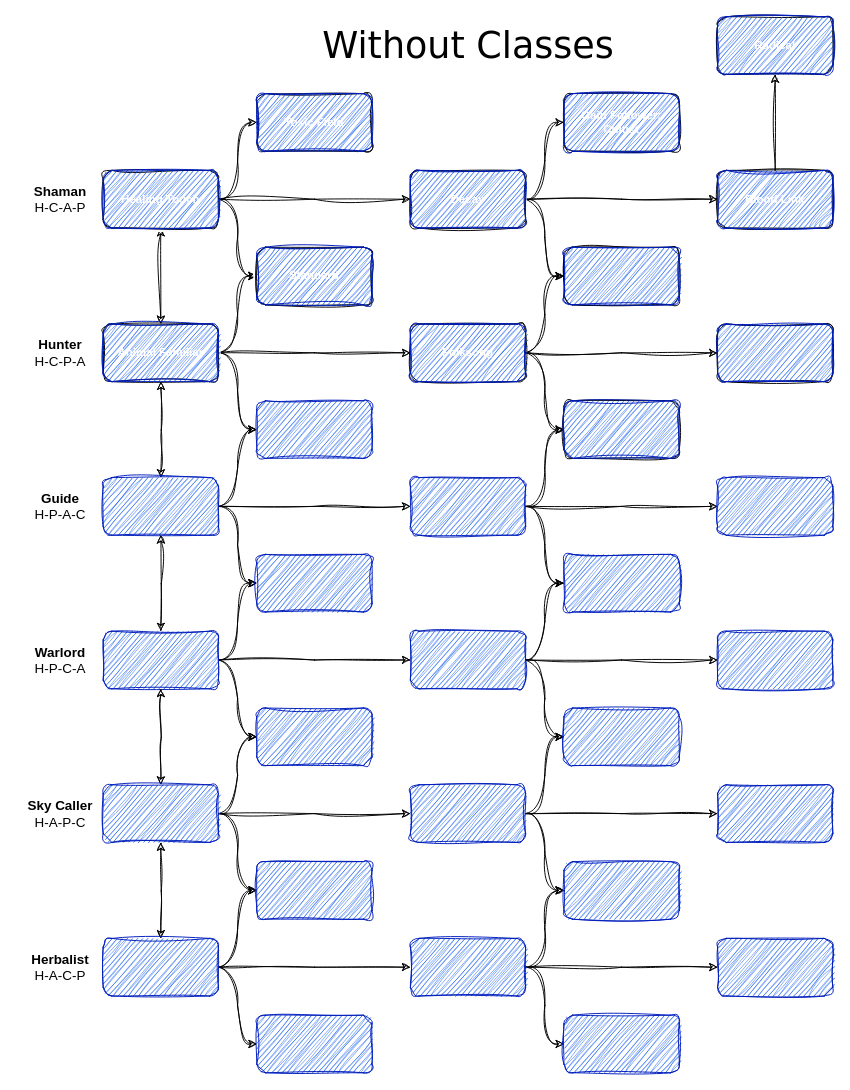
njs992/nialls_adventure_game keeps this draw.io diagram as handbook/class_trees/without_classes_diagram.drawio. Above is the earlier version. Source tidied: cells renumbered, new cells numbered last; positions are measured from the earlier drawing's top-left corner, leaving out a move shared by most shapes. Both pictures are drawn from the tidied source at 96%, with x=0, y=0 at pixel (16, 16).
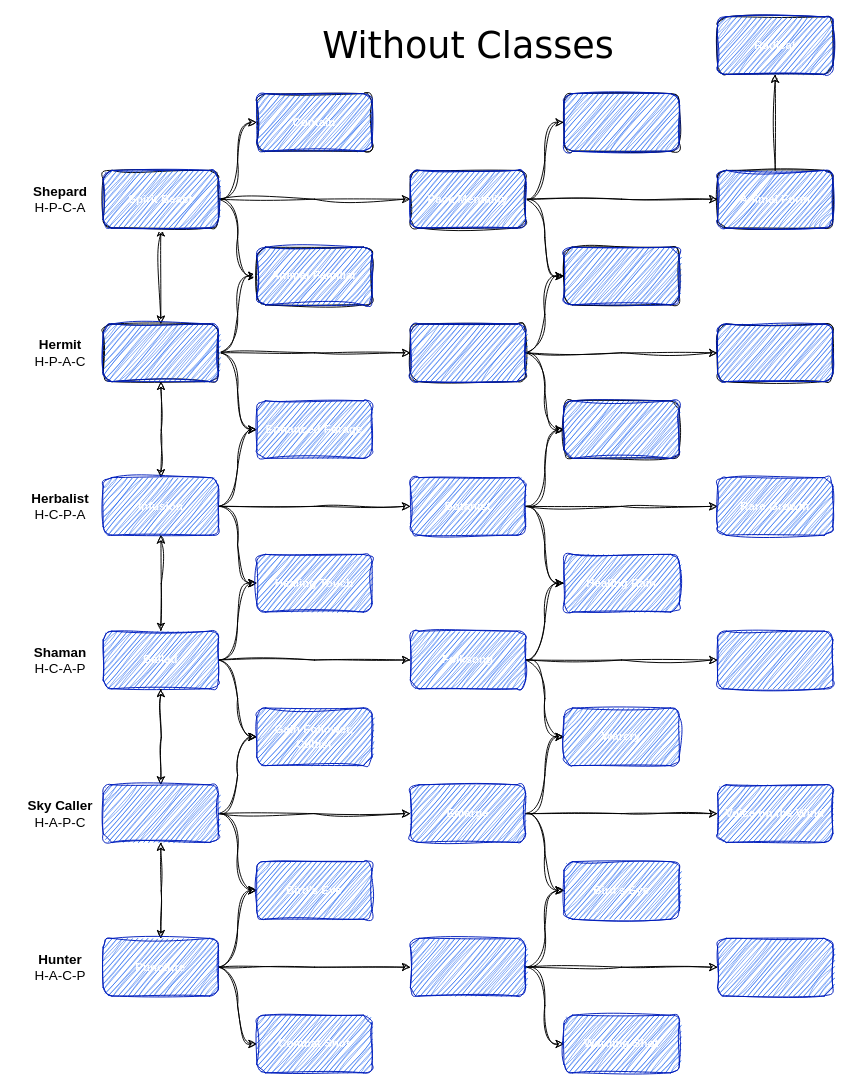
After the change.

Change to the diagram source:
```diff
@@
-    <mxCell id="18" style="rounded=1;whiteSpace=wrap;html=1;labelBackgroundColor=none;fillColor=#0050ef;strokeColor=#001DBC;fontColor=#ffffff;sketch=1;curveFitting=1;jiggle=2;fontStyle=1;" parent="1" vertex="1">
+    <mxCell id="18" value="Infusion" style="rounded=1;whiteSpace=wrap;html=1;labelBackgroundColor=none;fillColor=#0050ef;strokeColor=#001DBC;fontColor=#ffffff;sketch=1;curveFitting=1;jiggle=2;fontStyle=1;" parent="1" vertex="1">
       <mxGeometry x="90" y="480" width="120" height="60" as="geometry" />
     </mxCell>
-    <mxCell id="19" style="rounded=1;whiteSpace=wrap;html=1;labelBackgroundColor=none;fillColor=#0050ef;strokeColor=#001DBC;fontColor=#ffffff;sketch=1;curveFitting=1;jiggle=2;fontStyle=1;" parent="1" vertex="1">
+    <mxCell id="19" value="Enhanced Forage" style="rounded=1;whiteSpace=wrap;html=1;labelBackgroundColor=none;fillColor=#0050ef;strokeColor=#001DBC;fontColor=#ffffff;sketch=1;curveFitting=1;jiggle=2;fontStyle=1;" parent="1" vertex="1">
       <mxGeometry x="250" y="400" width="120" height="60" as="geometry" />
     </mxCell>
@@
-    <mxCell id="24" style="rounded=1;whiteSpace=wrap;html=1;labelBackgroundColor=none;fillColor=#0050ef;strokeColor=#001DBC;fontColor=#ffffff;sketch=1;curveFitting=1;jiggle=2;fontStyle=1;" parent="1" vertex="1">
+    <mxCell id="24" value="Ballad" style="rounded=1;whiteSpace=wrap;html=1;labelBackgroundColor=none;fillColor=#0050ef;strokeColor=#001DBC;fontColor=#ffffff;sketch=1;curveFitting=1;jiggle=2;fontStyle=1;" parent="1" vertex="1">
       <mxGeometry x="90" y="640" width="120" height="60" as="geometry" />
     </mxCell>
-    <mxCell id="25" style="rounded=1;whiteSpace=wrap;html=1;labelBackgroundColor=none;fillColor=#0050ef;strokeColor=#001DBC;fontColor=#ffffff;sketch=1;curveFitting=1;jiggle=2;fontStyle=1;" parent="1" vertex="1">
+    <mxCell id="25" value="Healing Touch" style="rounded=1;whiteSpace=wrap;html=1;labelBackgroundColor=none;fillColor=#0050ef;strokeColor=#001DBC;fontColor=#ffffff;sketch=1;curveFitting=1;jiggle=2;fontStyle=1;" parent="1" vertex="1">
       <mxGeometry x="250" y="560" width="120" height="60" as="geometry" />
     </mxCell>
@@
-    <mxCell id="31" style="rounded=1;whiteSpace=wrap;html=1;labelBackgroundColor=none;fillColor=#0050ef;strokeColor=#001DBC;fontColor=#ffffff;sketch=1;curveFitting=1;jiggle=2;fontStyle=1;" parent="1" vertex="1">
+    <mxCell id="31" value="Gain Follower,&lt;div&gt;Cultist&lt;/div&gt;" style="rounded=1;whiteSpace=wrap;html=1;labelBackgroundColor=none;fillColor=#0050ef;strokeColor=#001DBC;fontColor=#ffffff;sketch=1;curveFitting=1;jiggle=2;fontStyle=1;" parent="1" vertex="1">
       <mxGeometry x="250" y="720" width="120" height="60" as="geometry" />
     </mxCell>
@@
-    <mxCell id="36" style="rounded=1;whiteSpace=wrap;html=1;labelBackgroundColor=none;fillColor=#0050ef;strokeColor=#001DBC;fontColor=#ffffff;sketch=1;curveFitting=1;jiggle=2;fontStyle=1;" parent="1" vertex="1">
+    <mxCell id="36" value="Puncture" style="rounded=1;whiteSpace=wrap;html=1;labelBackgroundColor=none;fillColor=#0050ef;strokeColor=#001DBC;fontColor=#ffffff;sketch=1;curveFitting=1;jiggle=2;fontStyle=1;" parent="1" vertex="1">
       <mxGeometry x="90" y="960" width="120" height="60" as="geometry" />
     </mxCell>
-    <mxCell id="37" style="rounded=1;whiteSpace=wrap;html=1;labelBackgroundColor=none;fillColor=#0050ef;strokeColor=#001DBC;fontColor=#ffffff;sketch=1;curveFitting=1;jiggle=2;fontStyle=1;" parent="1" vertex="1">
+    <mxCell id="37" value="Bird's Eye" style="rounded=1;whiteSpace=wrap;html=1;labelBackgroundColor=none;fillColor=#0050ef;strokeColor=#001DBC;fontColor=#ffffff;sketch=1;curveFitting=1;jiggle=2;fontStyle=1;" parent="1" vertex="1">
       <mxGeometry x="250" y="880" width="120" height="60" as="geometry" />
     </mxCell>
-    <mxCell id="38" style="rounded=1;whiteSpace=wrap;html=1;labelBackgroundColor=none;fillColor=#0050ef;strokeColor=#001DBC;fontColor=#ffffff;sketch=1;curveFitting=1;jiggle=2;fontStyle=1;" parent="1" vertex="1">
+    <mxCell id="38" value="Combat Shot" style="rounded=1;whiteSpace=wrap;html=1;labelBackgroundColor=none;fillColor=#0050ef;strokeColor=#001DBC;fontColor=#ffffff;sketch=1;curveFitting=1;jiggle=2;fontStyle=1;" parent="1" vertex="1">
       <mxGeometry x="250" y="1040" width="120" height="60" as="geometry" />
     </mxCell>
@@
-    <mxCell id="52" style="rounded=1;whiteSpace=wrap;html=1;labelBackgroundColor=none;fillColor=#0050ef;strokeColor=#001DBC;fontColor=#ffffff;sketch=1;curveFitting=1;jiggle=2;fontStyle=1;" parent="1" vertex="1">
+    <mxCell id="52" value="Botanist" style="rounded=1;whiteSpace=wrap;html=1;labelBackgroundColor=none;fillColor=#0050ef;strokeColor=#001DBC;fontColor=#ffffff;sketch=1;curveFitting=1;jiggle=2;fontStyle=1;" parent="1" vertex="1">
       <mxGeometry x="410" y="480" width="120" height="60" as="geometry" />
     </mxCell>
@@
-    <mxCell id="57" style="rounded=1;whiteSpace=wrap;html=1;labelBackgroundColor=none;fillColor=#0050ef;strokeColor=#001DBC;fontColor=#ffffff;sketch=1;curveFitting=1;jiggle=2;fontStyle=1;" parent="1" vertex="1">
+    <mxCell id="57" value="Folksong" style="rounded=1;whiteSpace=wrap;html=1;labelBackgroundColor=none;fillColor=#0050ef;strokeColor=#001DBC;fontColor=#ffffff;sketch=1;curveFitting=1;jiggle=2;fontStyle=1;" parent="1" vertex="1">
       <mxGeometry x="410" y="640" width="120" height="60" as="geometry" />
     </mxCell>
-    <mxCell id="58" style="rounded=1;whiteSpace=wrap;html=1;labelBackgroundColor=none;fillColor=#0050ef;strokeColor=#001DBC;fontColor=#ffffff;sketch=1;curveFitting=1;jiggle=2;fontStyle=1;" parent="1" vertex="1">
+    <mxCell id="58" value="Healing Rain" style="rounded=1;whiteSpace=wrap;html=1;labelBackgroundColor=none;fillColor=#0050ef;strokeColor=#001DBC;fontColor=#ffffff;sketch=1;curveFitting=1;jiggle=2;fontStyle=1;" parent="1" vertex="1">
       <mxGeometry x="570" y="560" width="120" height="60" as="geometry" />
     </mxCell>
@@
-    <mxCell id="62" style="rounded=1;whiteSpace=wrap;html=1;labelBackgroundColor=none;fillColor=#0050ef;strokeColor=#001DBC;fontColor=#ffffff;sketch=1;curveFitting=1;jiggle=2;fontStyle=1;" parent="1" vertex="1">
+    <mxCell id="62" value="Enlarge" style="rounded=1;whiteSpace=wrap;html=1;labelBackgroundColor=none;fillColor=#0050ef;strokeColor=#001DBC;fontColor=#ffffff;sketch=1;curveFitting=1;jiggle=2;fontStyle=1;" parent="1" vertex="1">
       <mxGeometry x="410" y="800" width="120" height="60" as="geometry" />
     </mxCell>
-    <mxCell id="63" style="rounded=1;whiteSpace=wrap;html=1;labelBackgroundColor=none;fillColor=#0050ef;strokeColor=#001DBC;fontColor=#ffffff;sketch=1;curveFitting=1;jiggle=2;fontStyle=1;" parent="1" vertex="1">
+    <mxCell id="63" value="Warcry" style="rounded=1;whiteSpace=wrap;html=1;labelBackgroundColor=none;fillColor=#0050ef;strokeColor=#001DBC;fontColor=#ffffff;sketch=1;curveFitting=1;jiggle=2;fontStyle=1;" parent="1" vertex="1">
       <mxGeometry x="570" y="720" width="120" height="60" as="geometry" />
     </mxCell>
@@
-    <mxCell id="68" style="rounded=1;whiteSpace=wrap;html=1;labelBackgroundColor=none;fillColor=#0050ef;strokeColor=#001DBC;fontColor=#ffffff;sketch=1;curveFitting=1;jiggle=2;fontStyle=1;" parent="1" vertex="1">
+    <mxCell id="68" value="Bird's Eye" style="rounded=1;whiteSpace=wrap;html=1;labelBackgroundColor=none;fillColor=#0050ef;strokeColor=#001DBC;fontColor=#ffffff;sketch=1;curveFitting=1;jiggle=2;fontStyle=1;" parent="1" vertex="1">
       <mxGeometry x="570" y="880" width="120" height="60" as="geometry" />
     </mxCell>
-    <mxCell id="69" style="rounded=1;whiteSpace=wrap;html=1;labelBackgroundColor=none;fillColor=#0050ef;strokeColor=#001DBC;fontColor=#ffffff;sketch=1;curveFitting=1;jiggle=2;fontStyle=1;" parent="1" vertex="1">
+    <mxCell id="69" value="Warding Shot" style="rounded=1;whiteSpace=wrap;html=1;labelBackgroundColor=none;fillColor=#0050ef;strokeColor=#001DBC;fontColor=#ffffff;sketch=1;curveFitting=1;jiggle=2;fontStyle=1;" parent="1" vertex="1">
       <mxGeometry x="570" y="1040" width="120" height="60" as="geometry" />
     </mxCell>
@@
-    <mxCell id="73" style="rounded=1;whiteSpace=wrap;html=1;labelBackgroundColor=none;fillColor=#0050ef;strokeColor=#001DBC;fontColor=#ffffff;sketch=1;curveFitting=1;jiggle=2;fontStyle=1;" parent="1" vertex="1">
+    <mxCell id="73" value="Rare Growth" style="rounded=1;whiteSpace=wrap;html=1;labelBackgroundColor=none;fillColor=#0050ef;strokeColor=#001DBC;fontColor=#ffffff;sketch=1;curveFitting=1;jiggle=2;fontStyle=1;" parent="1" vertex="1">
       <mxGeometry x="730" y="480" width="120" height="60" as="geometry" />
     </mxCell>
@@
-    <mxCell id="75" style="rounded=1;whiteSpace=wrap;html=1;labelBackgroundColor=none;fillColor=#0050ef;strokeColor=#001DBC;fontColor=#ffffff;sketch=1;curveFitting=1;jiggle=2;fontStyle=1;" parent="1" vertex="1">
+    <mxCell id="75" value="Voice on the Wind" style="rounded=1;whiteSpace=wrap;html=1;labelBackgroundColor=none;fillColor=#0050ef;strokeColor=#001DBC;fontColor=#ffffff;sketch=1;curveFitting=1;jiggle=2;fontStyle=1;" parent="1" vertex="1">
       <mxGeometry x="730" y="800" width="120" height="60" as="geometry" />
     </mxCell>
@@
-    <mxCell id="78" value="Healing Touch" style="rounded=1;whiteSpace=wrap;html=1;labelBackgroundColor=none;fillColor=#0050ef;strokeColor=#001DBC;fontColor=#ffffff;sketch=1;curveFitting=1;jiggle=2;fontStyle=1;" parent="1" vertex="1">
+    <mxCell id="78" value="Spirit Beast" style="rounded=1;whiteSpace=wrap;html=1;labelBackgroundColor=none;fillColor=#0050ef;strokeColor=#001DBC;fontColor=#ffffff;sketch=1;curveFitting=1;jiggle=2;fontStyle=1;" parent="1" vertex="1">
       <mxGeometry x="90" y="160" width="120" height="60" as="geometry" />
     </mxCell>
-    <mxCell id="79" value="Toxic Field" style="rounded=1;whiteSpace=wrap;html=1;labelBackgroundColor=none;fillColor=#0050ef;strokeColor=#001DBC;fontColor=#ffffff;sketch=1;curveFitting=1;jiggle=2;fontStyle=1;" parent="1" vertex="1">
+    <mxCell id="79" value="Contain" style="rounded=1;whiteSpace=wrap;html=1;labelBackgroundColor=none;fillColor=#0050ef;strokeColor=#001DBC;fontColor=#ffffff;sketch=1;curveFitting=1;jiggle=2;fontStyle=1;" parent="1" vertex="1">
       <mxGeometry x="250" y="80" width="120" height="60" as="geometry" />
     </mxCell>
-    <mxCell id="80" value="Standard" style="rounded=1;whiteSpace=wrap;html=1;labelBackgroundColor=none;fillColor=#0050ef;strokeColor=#001DBC;fontColor=#ffffff;sketch=1;curveFitting=1;jiggle=2;fontStyle=1;" parent="1" vertex="1">
+    <mxCell id="80" value="Animal Familiar" style="rounded=1;whiteSpace=wrap;html=1;labelBackgroundColor=none;fillColor=#0050ef;strokeColor=#001DBC;fontColor=#ffffff;sketch=1;curveFitting=1;jiggle=2;fontStyle=1;" parent="1" vertex="1">
       <mxGeometry x="250" y="240" width="120" height="60" as="geometry" />
     </mxCell>
-    <mxCell id="81" value="Decay" style="rounded=1;whiteSpace=wrap;html=1;labelBackgroundColor=none;fillColor=#0050ef;strokeColor=#001DBC;fontColor=#ffffff;sketch=1;curveFitting=1;jiggle=2;fontStyle=1;" parent="1" vertex="1">
+    <mxCell id="81" value="Pack Mentality" style="rounded=1;whiteSpace=wrap;html=1;labelBackgroundColor=none;fillColor=#0050ef;strokeColor=#001DBC;fontColor=#ffffff;sketch=1;curveFitting=1;jiggle=2;fontStyle=1;" parent="1" vertex="1">
       <mxGeometry x="410" y="160" width="120" height="60" as="geometry" />
     </mxCell>
-    <mxCell id="82" value="Gain Follower: Cultist" style="rounded=1;whiteSpace=wrap;html=1;labelBackgroundColor=none;fillColor=#0050ef;strokeColor=#001DBC;fontColor=#ffffff;sketch=1;curveFitting=1;jiggle=2;fontStyle=1;" parent="1" vertex="1">
+    <mxCell id="82" style="rounded=1;whiteSpace=wrap;html=1;labelBackgroundColor=none;fillColor=#0050ef;strokeColor=#001DBC;fontColor=#ffffff;sketch=1;curveFitting=1;jiggle=2;fontStyle=1;" parent="1" vertex="1">
       <mxGeometry x="570" y="80" width="120" height="60" as="geometry" />
     </mxCell>
@@
-    <mxCell id="84" value="Blood Link" style="rounded=1;whiteSpace=wrap;html=1;labelBackgroundColor=none;fillColor=#0050ef;strokeColor=#001DBC;fontColor=#ffffff;sketch=1;curveFitting=1;jiggle=2;fontStyle=1;" parent="1" vertex="1">
+    <mxCell id="84" value="Animal Form" style="rounded=1;whiteSpace=wrap;html=1;labelBackgroundColor=none;fillColor=#0050ef;strokeColor=#001DBC;fontColor=#ffffff;sketch=1;curveFitting=1;jiggle=2;fontStyle=1;" parent="1" vertex="1">
       <mxGeometry x="730" y="160" width="120" height="60" as="geometry" />
     </mxCell>
@@
-    <mxCell id="86" value="Folksong" style="rounded=1;whiteSpace=wrap;html=1;labelBackgroundColor=none;fillColor=#0050ef;strokeColor=#001DBC;fontColor=#ffffff;sketch=1;curveFitting=1;jiggle=2;fontStyle=1;" parent="1" vertex="1">
+    <mxCell id="86" style="rounded=1;whiteSpace=wrap;html=1;labelBackgroundColor=none;fillColor=#0050ef;strokeColor=#001DBC;fontColor=#ffffff;sketch=1;curveFitting=1;jiggle=2;fontStyle=1;" parent="1" vertex="1">
       <mxGeometry x="410" y="320" width="120" height="60" as="geometry" />
     </mxCell>
-    <mxCell id="87" value="Animal Familiar" style="rounded=1;whiteSpace=wrap;html=1;labelBackgroundColor=none;fillColor=#0050ef;strokeColor=#001DBC;fontColor=#ffffff;sketch=1;curveFitting=1;jiggle=2;fontStyle=1;" parent="1" vertex="1">
+    <mxCell id="87" style="rounded=1;whiteSpace=wrap;html=1;labelBackgroundColor=none;fillColor=#0050ef;strokeColor=#001DBC;fontColor=#ffffff;sketch=1;curveFitting=1;jiggle=2;fontStyle=1;" parent="1" vertex="1">
       <mxGeometry x="90" y="320" width="120" height="60" as="geometry" />
     </mxCell>
@@
     <mxCell id="90" value="Shaman&lt;div&gt;&lt;span style=&quot;font-weight: normal;&quot;&gt;H-C-A-P&lt;/span&gt;&lt;/div&gt;" style="text;html=1;align=center;verticalAlign=middle;strokeColor=none;fillColor=none;fontFamily=Helvetica;fontSize=14;fontStyle=1;" parent="1" vertex="1">
-      <mxGeometry x="5" y="165" width="80" height="50" as="geometry" />
+      <mxGeometry x="5" y="645" width="80" height="50" as="geometry" />
     </mxCell>
-    <mxCell id="91" value="Guide&lt;div&gt;&lt;span style=&quot;font-weight: normal;&quot;&gt;H-P-A-C&lt;/span&gt;&lt;/div&gt;" style="text;html=1;align=center;verticalAlign=middle;strokeColor=none;fillColor=none;fontFamily=Helvetica;fontSize=14;fontStyle=1;" parent="1" vertex="1">
-      <mxGeometry x="5" y="485" width="80" height="50" as="geometry" />
+    <mxCell id="91" value="&lt;div&gt;Hermit&lt;/div&gt;&lt;div&gt;&lt;span style=&quot;font-weight: normal;&quot;&gt;H-P-A-C&lt;/span&gt;&lt;/div&gt;" style="text;html=1;align=center;verticalAlign=middle;strokeColor=none;fillColor=none;fontFamily=Helvetica;fontSize=14;fontStyle=1;" parent="1" vertex="1">
+      <mxGeometry x="5" y="325" width="80" height="50" as="geometry" />
     </mxCell>
-    <mxCell id="92" value="Hunter&lt;div&gt;&lt;span style=&quot;font-weight: normal;&quot;&gt;H-C-P-A&lt;/span&gt;&lt;/div&gt;" style="text;html=1;align=center;verticalAlign=middle;strokeColor=none;fillColor=none;fontFamily=Helvetica;fontSize=14;fontStyle=1;" parent="1" vertex="1">
-      <mxGeometry x="5" y="325" width="80" height="50" as="geometry" />
+    <mxCell id="92" value="&lt;div&gt;Herbalist&lt;/div&gt;&lt;div&gt;&lt;span style=&quot;font-weight: normal;&quot;&gt;H-C-P-A&lt;/span&gt;&lt;/div&gt;" style="text;html=1;align=center;verticalAlign=middle;strokeColor=none;fillColor=none;fontFamily=Helvetica;fontSize=14;fontStyle=1;" parent="1" vertex="1">
+      <mxGeometry x="5" y="485" width="80" height="50" as="geometry" />
     </mxCell>
-    <mxCell id="93" value="Warlord&lt;div&gt;&lt;span style=&quot;font-weight: normal;&quot;&gt;H-P-C-A&lt;/span&gt;&lt;/div&gt;" style="text;html=1;align=center;verticalAlign=middle;strokeColor=none;fillColor=none;fontFamily=Helvetica;fontSize=14;fontStyle=1;" parent="1" vertex="1">
-      <mxGeometry x="5" y="645" width="80" height="50" as="geometry" />
+    <mxCell id="93" value="Shepard&lt;div&gt;&lt;div&gt;&lt;span style=&quot;font-weight: normal;&quot;&gt;H-P-C-A&lt;/span&gt;&lt;/div&gt;&lt;/div&gt;" style="text;html=1;align=center;verticalAlign=middle;strokeColor=none;fillColor=none;fontFamily=Helvetica;fontSize=14;fontStyle=1;" parent="1" vertex="1">
+      <mxGeometry x="5" y="165" width="80" height="50" as="geometry" />
     </mxCell>
@@
-    <mxCell id="95" value="Herbalist&lt;div&gt;&lt;span style=&quot;font-weight: normal;&quot;&gt;H-A-C-P&lt;/span&gt;&lt;/div&gt;" style="text;html=1;align=center;verticalAlign=middle;strokeColor=none;fillColor=none;fontFamily=Helvetica;fontSize=14;fontStyle=1;" parent="1" vertex="1">
+    <mxCell id="95" value="&lt;div&gt;Hunter&lt;/div&gt;&lt;div&gt;&lt;span style=&quot;font-weight: normal;&quot;&gt;H-A-C-P&lt;/span&gt;&lt;/div&gt;" style="text;html=1;align=center;verticalAlign=middle;strokeColor=none;fillColor=none;fontFamily=Helvetica;fontSize=14;fontStyle=1;" parent="1" vertex="1">
       <mxGeometry x="5" y="965" width="80" height="50" as="geometry" />
     </mxCell>
```
